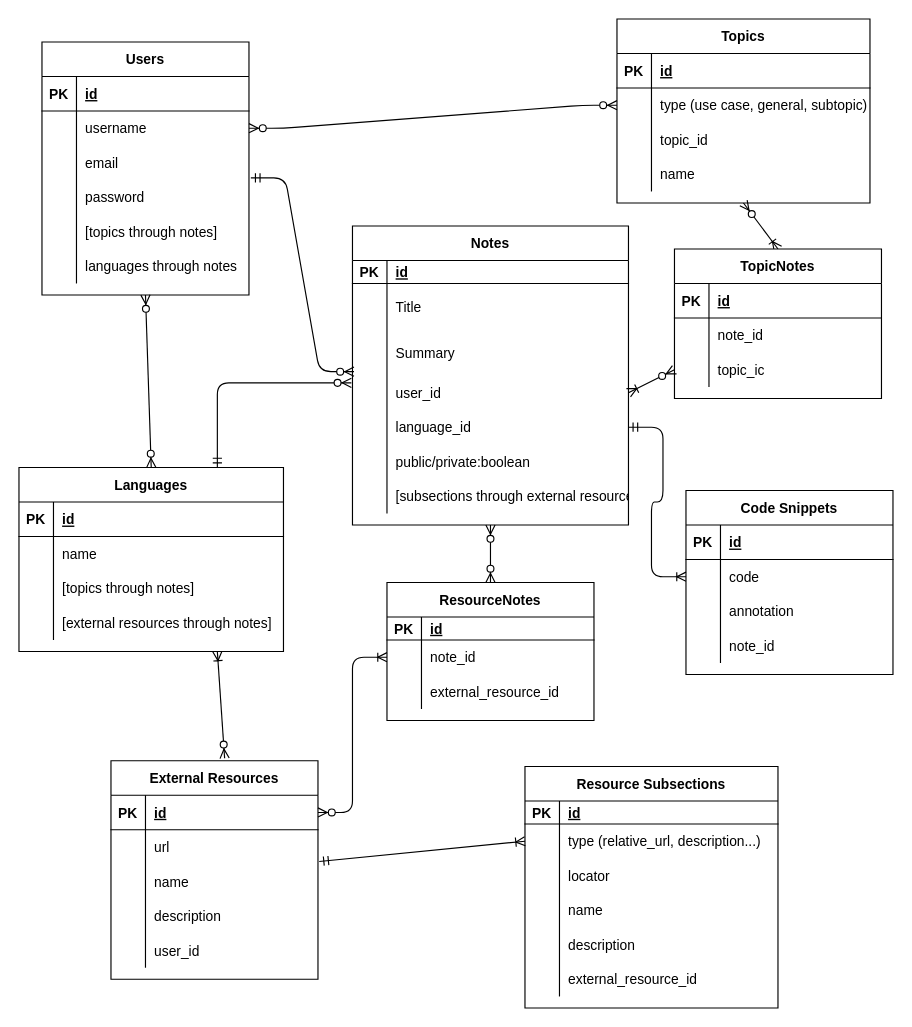
charlie763/code-notes keeps this draw.io diagram as Rails Portfolio Project ERD.drawio. Above is the earlier version. Source tidied: cells renumbered, new cells numbered last; positions are measured from the earlier drawing's top-left corner, leaving out a move shared by most shapes. Both pictures are drawn from the tidied source at 115%, with x=0, y=0 at pixel (18, 18).
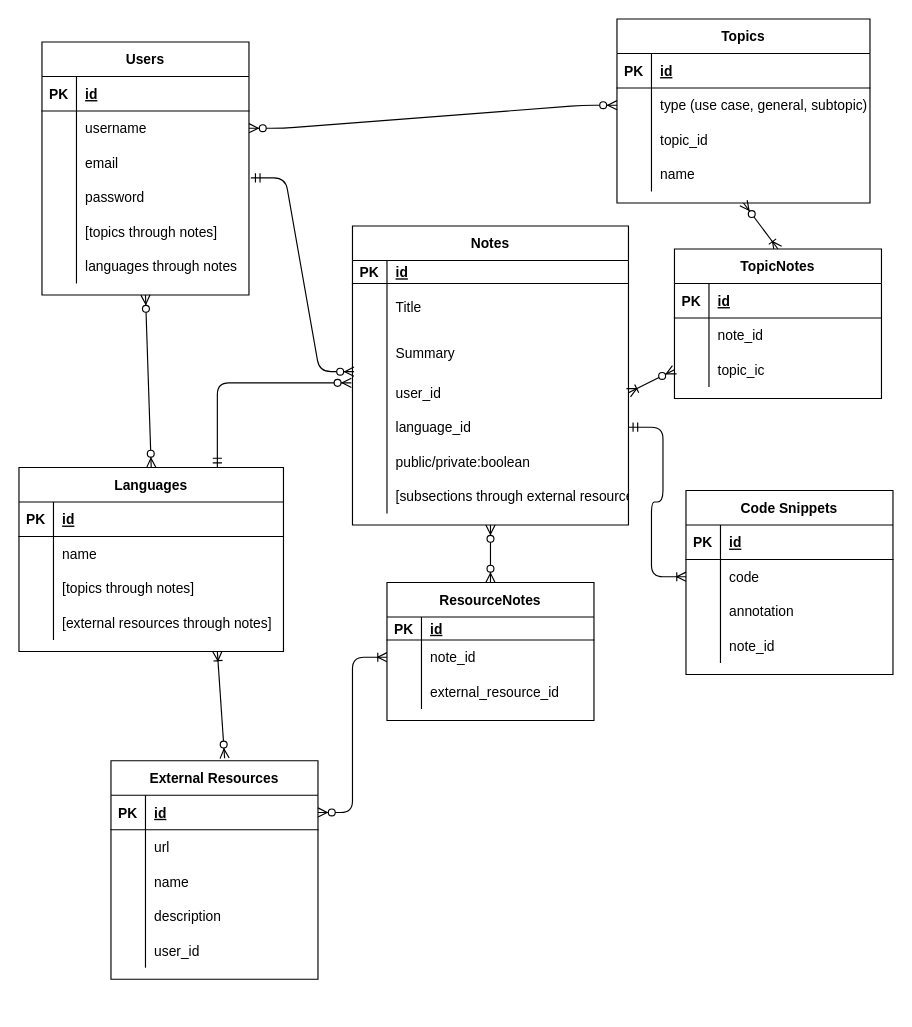
After the change.

Unchanged cells that the change refers to:
```xml
<mxCell id="69" style="shape=partialRectangle;fillColor=none;top=0;left=0;bottom=0;right=0;points=[[0,0.5],[1,0.5]];portConstraint=eastwest;" parent="62" vertex="1">
  <mxGeometry y="90" width="180" height="30" as="geometry" />
</mxCell>
```

Change to the diagram source:
```diff
@@
-    <mxCell id="6" style="fontSize=12;html=1;endArrow=ERoneToMany;startArrow=ERmandOne;entryX=0;entryY=0.5;entryDx=0;entryDy=0;exitX=1.006;exitY=-0.08;exitDx=0;exitDy=0;exitPerimeter=0;" parent="1" edge="1" source="69" target="47">
-      <mxGeometry relative="1" as="geometry" />
-    </mxCell>
@@
-    <mxCell id="43" value="Resource Subsections" style="shape=table;startSize=30;childLayout=tableLayout;rowLines=0;fontStyle=1;align=center;" parent="1" vertex="1">
-      <mxGeometry x="440" y="650" width="220" height="210" as="geometry" />
-    </mxCell>
-    <mxCell id="44" style="shape=partialRectangle;fillColor=none;top=0;left=0;bottom=1;right=0;" parent="43" vertex="1">
-      <mxGeometry y="30" width="220" height="20" as="geometry" />
-    </mxCell>
-    <mxCell id="45" value="PK" style="shape=partialRectangle;fillColor=none;top=0;left=0;bottom=0;right=0;fontStyle=1;overflow=hidden;" parent="44" vertex="1">
-      <mxGeometry width="30" height="20" as="geometry" />
-    </mxCell>
-    <mxCell id="46" value="id" style="shape=partialRectangle;fillColor=none;top=0;left=0;bottom=0;right=0;align=left;spacingLeft=6;fontStyle=5;overflow=hidden;" parent="44" vertex="1">
-      <mxGeometry x="30" width="190" height="20" as="geometry" />
-    </mxCell>
-    <mxCell id="47" style="shape=partialRectangle;fillColor=none;top=0;left=0;bottom=0;right=0;points=[[0,0.5],[1,0.5]];portConstraint=eastwest;" parent="43" vertex="1">
-      <mxGeometry y="50" width="220" height="30" as="geometry" />
-    </mxCell>
-    <mxCell id="48" style="shape=partialRectangle;fillColor=none;top=0;left=0;bottom=0;right=0;overflow=hidden;" parent="47" vertex="1">
-      <mxGeometry width="30" height="30" as="geometry" />
-    </mxCell>
-    <mxCell id="49" value="type (relative_url, description...)" style="shape=partialRectangle;fillColor=none;top=0;left=0;bottom=0;right=0;align=left;spacingLeft=6;overflow=hidden;" parent="47" vertex="1">
-      <mxGeometry x="30" width="190" height="30" as="geometry" />
-    </mxCell>
-    <mxCell id="50" style="shape=partialRectangle;fillColor=none;top=0;left=0;bottom=0;right=0;" parent="43" vertex="1">
-      <mxGeometry y="80" width="220" height="30" as="geometry" />
-    </mxCell>
-    <mxCell id="51" style="shape=partialRectangle;fillColor=none;top=0;left=0;bottom=0;right=0;overflow=hidden;" parent="50" vertex="1">
-      <mxGeometry width="30" height="30" as="geometry" />
-    </mxCell>
-    <mxCell id="52" value="locator" style="shape=partialRectangle;fillColor=none;top=0;left=0;bottom=0;right=0;align=left;spacingLeft=6;overflow=hidden;" parent="50" vertex="1">
-      <mxGeometry x="30" width="190" height="30" as="geometry" />
-    </mxCell>
-    <mxCell id="53" style="shape=partialRectangle;fillColor=none;top=0;left=0;bottom=0;right=0;" parent="43" vertex="1">
-      <mxGeometry y="110" width="220" height="30" as="geometry" />
-    </mxCell>
-    <mxCell id="54" style="shape=partialRectangle;fillColor=none;top=0;left=0;bottom=0;right=0;overflow=hidden;" parent="53" vertex="1">
-      <mxGeometry width="30" height="30" as="geometry" />
-    </mxCell>
-    <mxCell id="55" value="name" style="shape=partialRectangle;fillColor=none;top=0;left=0;bottom=0;right=0;align=left;spacingLeft=6;overflow=hidden;" parent="53" vertex="1">
-      <mxGeometry x="30" width="190" height="30" as="geometry" />
-    </mxCell>
-    <mxCell id="56" style="shape=partialRectangle;fillColor=none;top=0;left=0;bottom=0;right=0;" parent="43" vertex="1">
-      <mxGeometry y="140" width="220" height="30" as="geometry" />
-    </mxCell>
-    <mxCell id="57" style="shape=partialRectangle;fillColor=none;top=0;left=0;bottom=0;right=0;overflow=hidden;" parent="56" vertex="1">
-      <mxGeometry width="30" height="30" as="geometry" />
-    </mxCell>
-    <mxCell id="58" value="description" style="shape=partialRectangle;fillColor=none;top=0;left=0;bottom=0;right=0;align=left;spacingLeft=6;overflow=hidden;" parent="56" vertex="1">
-      <mxGeometry x="30" width="190" height="30" as="geometry" />
-    </mxCell>
-    <mxCell id="59" style="shape=partialRectangle;fillColor=none;top=0;left=0;bottom=0;right=0;" parent="43" vertex="1">
-      <mxGeometry y="170" width="220" height="30" as="geometry" />
-    </mxCell>
-    <mxCell id="60" style="shape=partialRectangle;fillColor=none;top=0;left=0;bottom=0;right=0;overflow=hidden;" parent="59" vertex="1">
-      <mxGeometry width="30" height="30" as="geometry" />
-    </mxCell>
-    <mxCell id="61" value="external_resource_id" style="shape=partialRectangle;fillColor=none;top=0;left=0;bottom=0;right=0;align=left;spacingLeft=6;overflow=hidden;" parent="59" vertex="1">
-      <mxGeometry x="30" width="190" height="30" as="geometry" />
-    </mxCell>
```
